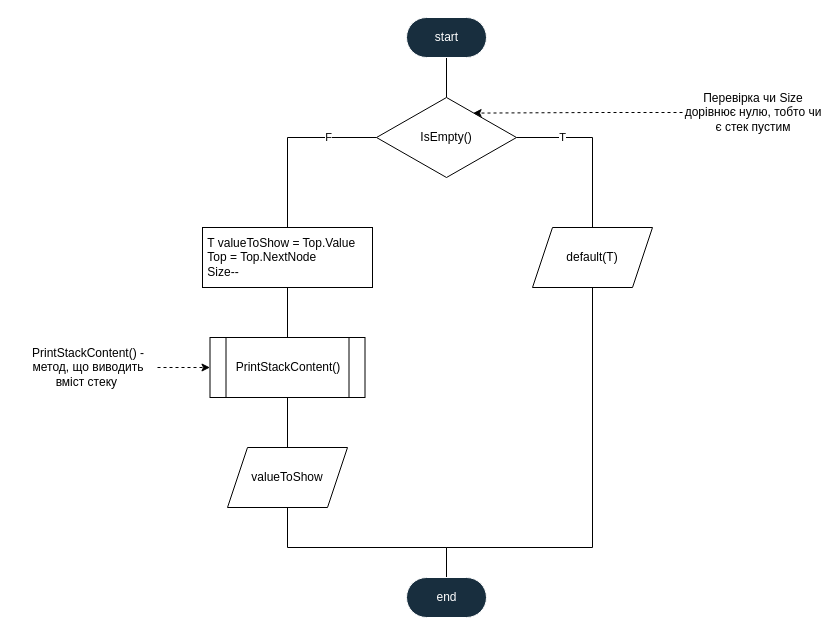
Before: page "Stack.Pop" (3 of 3) of lab6/Lab 6.drawio in RoadToPTU/ads-silkin-kp13, a draw.io diagram. Source tidied: cells renumbered, new cells numbered last; positions are measured from the earlier drawing's top-left corner, leaving out a move shared by most shapes. Both pictures are drawn from the tidied source at 100%, with x=0, y=0 at pixel (17, 17).
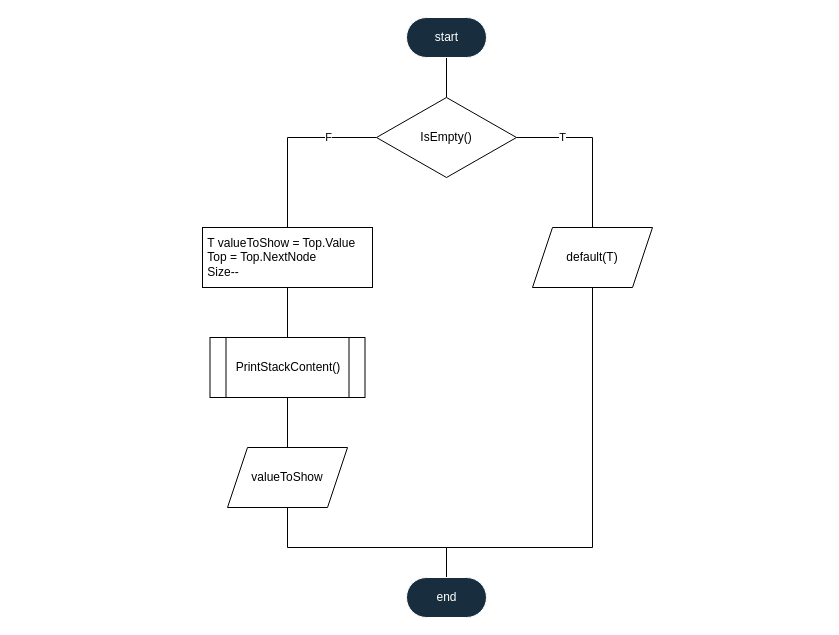
The same diagram, later.

The change refers to these unchanged cells:
```xml
<mxCell id="6" value="IsEmpty()" style="rhombus;whiteSpace=wrap;html=1;strokeColor=default;" parent="1" vertex="1">
  <mxGeometry x="359" y="80" width="140" height="80" as="geometry" />
</mxCell>
<mxCell id="12" value="PrintStackContent()" style="shape=process;whiteSpace=wrap;html=1;backgroundOutline=1;strokeColor=default;" parent="1" vertex="1">
  <mxGeometry x="192.5" y="320" width="155" height="60" as="geometry" />
</mxCell>
```

Change to the diagram source:
```diff
@@
-    <mxCell id="13" style="edgeStyle=orthogonalEdgeStyle;rounded=0;jettySize=auto;html=1;entryX=0;entryY=0.5;entryDx=0;entryDy=0;endArrow=classic;endFill=1;dashed=1;" parent="1" edge="1" source="14" target="12">
-      <mxGeometry relative="1" as="geometry" />
-    </mxCell>
-    <mxCell id="14" value="&lt;div style=&quot;text-align: center&quot;&gt;PrintStackContent() - метод, що виводить вміст стеку&amp;nbsp;&lt;/div&gt;" style="text;html=1;strokeColor=none;fillColor=none;align=left;verticalAlign=middle;whiteSpace=wrap;rounded=0;" parent="1" vertex="1">
-      <mxGeometry y="305" width="140" height="90" as="geometry" />
-    </mxCell>
-    <mxCell id="15" style="edgeStyle=orthogonalEdgeStyle;rounded=0;jettySize=auto;html=1;entryX=0.69;entryY=0.195;entryDx=0;entryDy=0;dashed=1;endArrow=classic;endFill=1;entryPerimeter=0;" parent="1" edge="1" source="16" target="6">
-      <mxGeometry relative="1" as="geometry" />
-    </mxCell>
-    <mxCell id="16" value="&lt;div style=&quot;text-align: center&quot;&gt;Перевірка чи Size дорівнює нулю, тобто чи є стек пустим&lt;/div&gt;" style="text;html=1;strokeColor=none;fillColor=none;align=left;verticalAlign=middle;whiteSpace=wrap;rounded=0;" parent="1" vertex="1">
-      <mxGeometry x="665" y="50" width="140" height="90" as="geometry" />
-    </mxCell>
```
